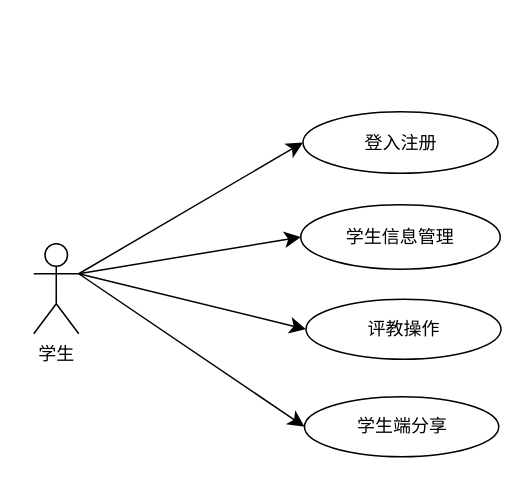
Before: page "学生" (2 of 7) of 未命名绘图.drawio in mao-user/2024code, a draw.io diagram. Source tidied: cells renumbered, new cells numbered last; positions are measured from the earlier drawing's top-left corner, leaving out a move shared by most shapes. Both pictures are drawn from the tidied source at 150%, with x=0, y=0 at pixel (33, 111).
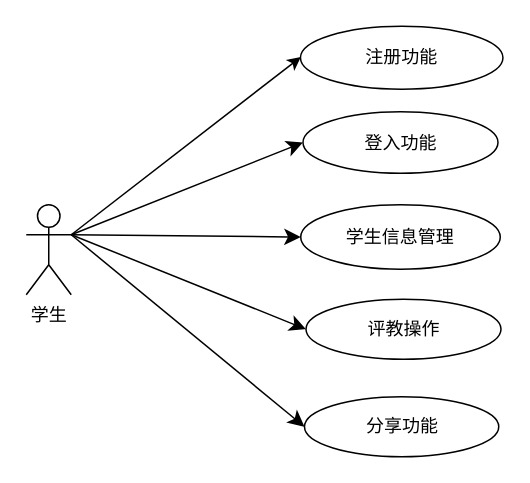
The same page after the edit.

The edit, as a diff of the source:
```diff
@@
 <mxGraphModel>
   <root>
     <mxCell id="0" />
     <mxCell id="1" parent="0" />
     <mxCell id="2" style="edgeStyle=none;curved=1;rounded=0;jettySize=auto;html=1;exitX=1;exitY=0.3333333333333333;exitDx=0;exitDy=0;exitPerimeter=0;entryX=0;entryY=0.5;entryDx=0;entryDy=0;fontSize=12;startSize=8;endSize=8;" parent="1" edge="1" source="6" target="7">
       <mxGeometry relative="1" as="geometry" />
     </mxCell>
     <mxCell id="3" style="edgeStyle=none;curved=1;rounded=0;jettySize=auto;html=1;exitX=1;exitY=0.3333333333333333;exitDx=0;exitDy=0;exitPerimeter=0;entryX=0;entryY=0.5;entryDx=0;entryDy=0;fontSize=12;startSize=8;endSize=8;" parent="1" edge="1" source="6" target="8">
       <mxGeometry relative="1" as="geometry" />
     </mxCell>
     <mxCell id="4" style="edgeStyle=none;curved=1;rounded=0;jettySize=auto;html=1;exitX=1;exitY=0.3333333333333333;exitDx=0;exitDy=0;exitPerimeter=0;entryX=0;entryY=0.5;entryDx=0;entryDy=0;fontSize=12;startSize=8;endSize=8;" parent="1" edge="1" source="6" target="9">
       <mxGeometry relative="1" as="geometry" />
     </mxCell>
     <mxCell id="5" style="edgeStyle=none;curved=1;rounded=0;jettySize=auto;html=1;exitX=1;exitY=0.3333333333333333;exitDx=0;exitDy=0;exitPerimeter=0;entryX=0;entryY=0.5;entryDx=0;entryDy=0;fontSize=12;startSize=8;endSize=8;" parent="1" edge="1" source="6" target="10">
       <mxGeometry relative="1" as="geometry" />
     </mxCell>
+    <mxCell id="11" style="edgeStyle=none;rounded=0;jettySize=auto;html=1;exitX=1;exitY=0.3333333333333333;exitDx=0;exitDy=0;exitPerimeter=0;" parent="1" edge="1" source="6">
+      <mxGeometry relative="1" as="geometry">
+        <mxPoint x="178.1" y="-36.5" as="targetPoint" />
+      </mxGeometry>
+    </mxCell>
     <mxCell id="6" value="学生" style="shape=umlActor;verticalLabelPosition=bottom;verticalAlign=top;html=1;outlineConnect=0;" parent="1" vertex="1">
-      <mxGeometry y="88" width="30" height="60" as="geometry" />
+      <mxGeometry x="-5" y="62" width="30" height="60" as="geometry" />
     </mxCell>
     <mxCell id="7" value="学生信息管理" style="ellipse;whiteSpace=wrap;html=1;" parent="1" vertex="1">
       <mxGeometry x="178" y="62" width="133" height="43" as="geometry" />
     </mxCell>
     <mxCell id="8" value="评教操作" style="ellipse;whiteSpace=wrap;html=1;" parent="1" vertex="1">
       <mxGeometry x="181.5" y="125" width="130" height="40" as="geometry" />
     </mxCell>
-    <mxCell id="9" value="登入注册" style="ellipse;whiteSpace=wrap;html=1;" parent="1" vertex="1">
+    <mxCell id="9" value="登入功能" style="ellipse;whiteSpace=wrap;html=1;" parent="1" vertex="1">
       <mxGeometry x="179.5" width="130" height="41" as="geometry" />
     </mxCell>
-    <mxCell id="10" value="学生端分享" style="ellipse;whiteSpace=wrap;html=1;" parent="1" vertex="1">
+    <mxCell id="10" value="分享功能" style="ellipse;whiteSpace=wrap;html=1;" parent="1" vertex="1">
       <mxGeometry x="180.5" y="190" width="129.5" height="40" as="geometry" />
     </mxCell>
+    <mxCell id="12" value="注册功能" style="ellipse;whiteSpace=wrap;html=1;" parent="1" vertex="1">
+      <mxGeometry x="177.8" y="-57" width="135" height="42" as="geometry" />
+    </mxCell>
   </root>
 </mxGraphModel>
```
